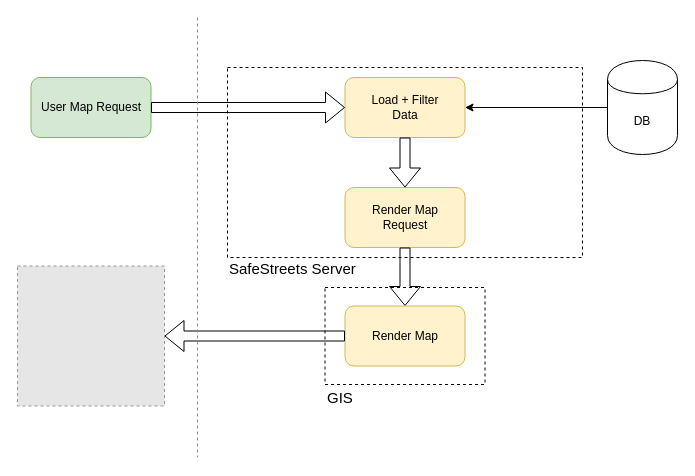
Above: Releases/RASD/img/diagrams/GIS.drawio in amecava/safestreets (draw.io), before the change. Source tidied: cells renumbered, new cells numbered last; positions are measured from the earlier drawing's top-left corner, leaving out a move shared by most shapes. Both pictures are drawn from the tidied source at 100%, with x=0, y=0 at pixel (17, 17). Pictures stored in the file or linked from it are replaced by grey dashed boxes.
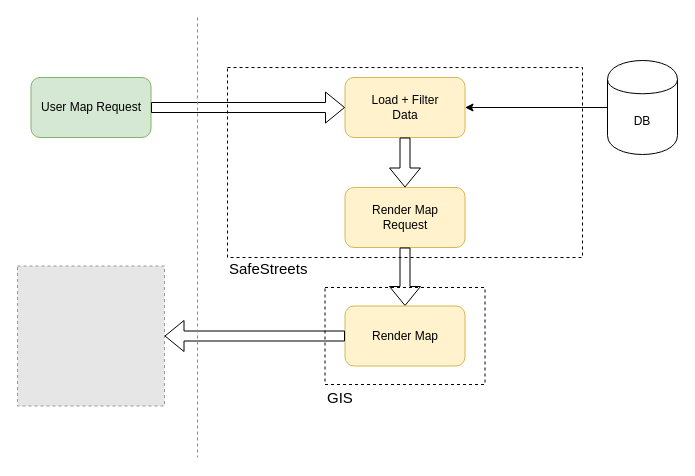
The same diagram, later.

What changed in the source:
```diff
@@
 <mxGraphModel>
   <root>
     <mxCell id="0" />
     <mxCell id="1" parent="0" />
     <mxCell id="2" value="User Map Request" style="rounded=1;whiteSpace=wrap;html=1;fillColor=#d5e8d4;strokeColor=#82b366;" parent="1" vertex="1">
       <mxGeometry x="13.5" y="60" width="120" height="60" as="geometry" />
     </mxCell>
     <mxCell id="3" style="rounded=0;whiteSpace=wrap;html=1;dashed=1;align=center;" parent="1" vertex="1">
       <mxGeometry x="210" y="50" width="355" height="190" as="geometry" />
     </mxCell>
     <mxCell id="4" style="rounded=0;whiteSpace=wrap;html=1;dashed=1;" parent="1" vertex="1">
       <mxGeometry x="307.5" y="270" width="160" height="97" as="geometry" />
     </mxCell>
-    <mxCell id="5" value="&lt;font style=&quot;font-size: 15px&quot;&gt;SafeStreets Server&lt;/font&gt;" style="text;html=1;align=left;verticalAlign=top;spacingTop=-4;" parent="1" vertex="1">
-      <mxGeometry x="210" y="240" width="140" height="20" as="geometry" />
+    <mxCell id="5" value="&lt;font style=&quot;font-size: 15px&quot;&gt;SafeStreets&lt;/font&gt;" style="text;html=1;align=left;verticalAlign=top;spacingTop=-4;" parent="1" vertex="1">
+      <mxGeometry x="210" y="240" width="90" height="20" as="geometry" />
     </mxCell>
     <mxCell id="6" value="&lt;font style=&quot;font-size: 15px&quot;&gt;GIS&lt;/font&gt;" style="text;html=1;align=left;verticalAlign=top;spacingTop=-4;" parent="1" vertex="1">
       <mxGeometry x="307.5" y="368.5" width="40" height="20" as="geometry" />
     </mxCell>
     <mxCell id="7" style="edgeStyle=orthogonalEdgeStyle;rounded=0;jettySize=auto;html=1;exitX=0;exitY=0.5;exitDx=0;exitDy=0;" parent="1" edge="1" source="8" target="9">
       <mxGeometry relative="1" as="geometry" />
     </mxCell>
     <mxCell id="8" value="DB" style="shape=cylinder;whiteSpace=wrap;html=1;boundedLbl=1;backgroundOutline=1;" parent="1" vertex="1">
       <mxGeometry x="590" y="43" width="70" height="94" as="geometry" />
     </mxCell>
     <mxCell id="9" value="Load + Filter &lt;br&gt;Data" style="rounded=1;whiteSpace=wrap;html=1;fillColor=#fff2cc;strokeColor=#d6b656;" parent="1" vertex="1">
       <mxGeometry x="327.5" y="60" width="120" height="60" as="geometry" />
     </mxCell>
     <mxCell id="10" value="Render Map&lt;br&gt;Request" style="rounded=1;whiteSpace=wrap;html=1;fillColor=#fff2cc;strokeColor=#d6b656;" parent="1" vertex="1">
       <mxGeometry x="327.5" y="170" width="120" height="60" as="geometry" />
     </mxCell>
     <mxCell id="11" style="shape=flexArrow;endArrow=classic;html=1;exitX=1;exitY=0.5;exitDx=0;exitDy=0;entryX=0;entryY=0.5;entryDx=0;entryDy=0;" parent="1" edge="1" source="2" target="9">
       <mxGeometry relative="1" as="geometry" />
     </mxCell>
     <mxCell id="12" style="shape=flexArrow;endArrow=classic;html=1;exitX=0.5;exitY=1;exitDx=0;exitDy=0;" parent="1" edge="1" source="9" target="10">
       <mxGeometry relative="1" as="geometry" />
     </mxCell>
     <mxCell id="13" style="shape=flexArrow;endArrow=classic;html=1;exitX=0.5;exitY=1;exitDx=0;exitDy=0;entryX=0.5;entryY=0;entryDx=0;entryDy=0;" parent="1" edge="1" source="10" target="14">
       <mxGeometry relative="1" as="geometry" />
     </mxCell>
     <mxCell id="14" value="Render Map" style="rounded=1;whiteSpace=wrap;html=1;fillColor=#fff2cc;strokeColor=#d6b656;" parent="1" vertex="1">
       <mxGeometry x="327.5" y="288.5" width="120" height="60" as="geometry" />
     </mxCell>
     <mxCell id="15" style="fillColor=#E6E6E6;strokeColor=#999999;dashed=1;verticalLabelPosition=bottom;verticalAlign=top;" parent="1" vertex="1">
       <mxGeometry y="248.5" width="147" height="140" as="geometry" />
     </mxCell>
     <mxCell id="16" style="shape=flexArrow;endArrow=classic;html=1;exitX=0;exitY=0.5;exitDx=0;exitDy=0;entryX=1;entryY=0.5;entryDx=0;entryDy=0;" parent="1" edge="1" source="14" target="15">
       <mxGeometry relative="1" as="geometry" />
     </mxCell>
     <mxCell id="17" style="endArrow=none;dashed=1;html=1;fillColor=#dae8fc;strokeColor=#6c8ebf;" parent="1" edge="1">
       <mxGeometry relative="1" as="geometry">
         <mxPoint x="180" as="sourcePoint" />
         <mxPoint x="180" y="440" as="targetPoint" />
       </mxGeometry>
     </mxCell>
   </root>
 </mxGraphModel>
```
